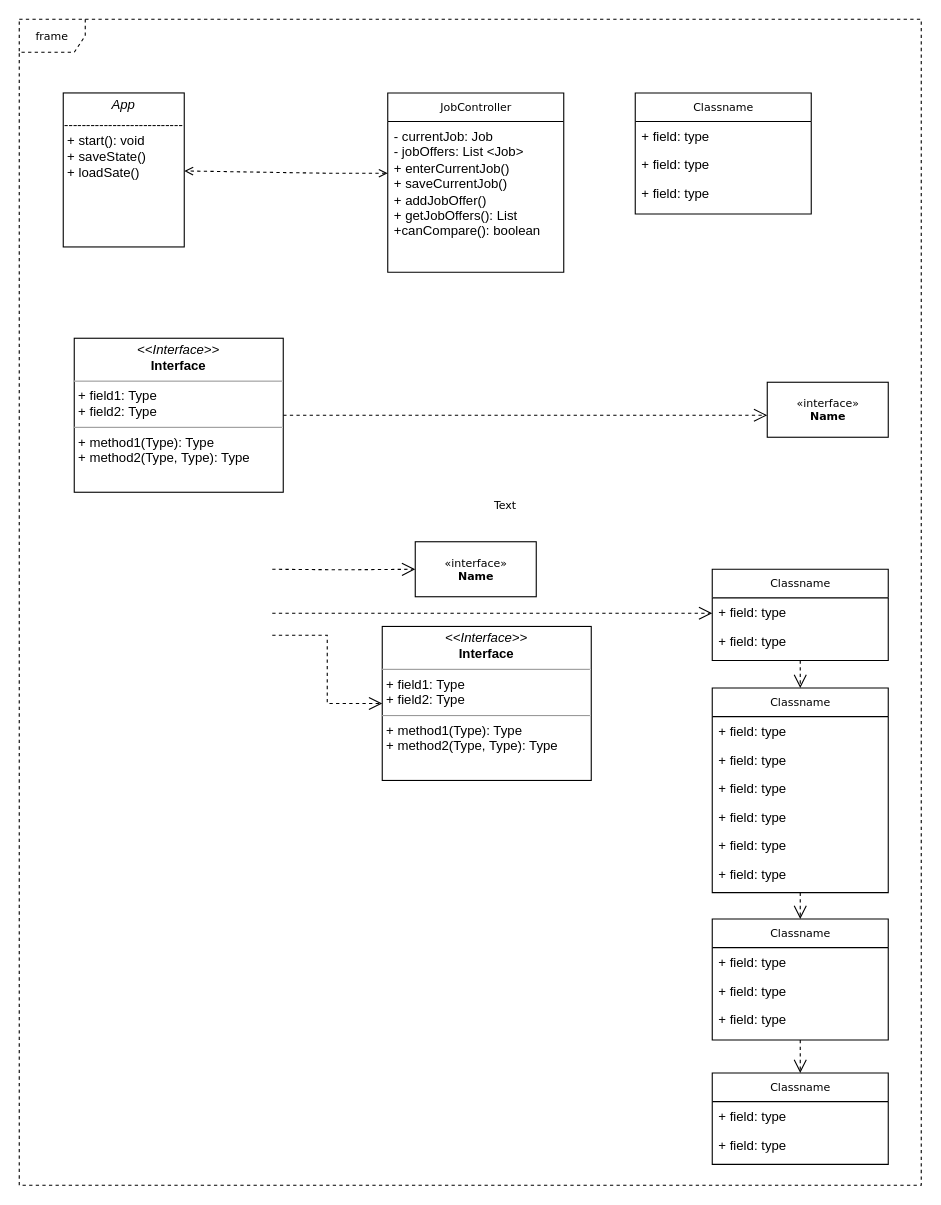
yzhuo46/myrepo keeps this draw.io diagram as Untitled Diagram.drawio. Above is the earlier version. Source tidied: cells renumbered, new cells numbered last; positions are measured from the earlier drawing's top-left corner, leaving out a move shared by most shapes. Both pictures are drawn from the tidied source at 110%, with x=0, y=0 at pixel (19, 19).
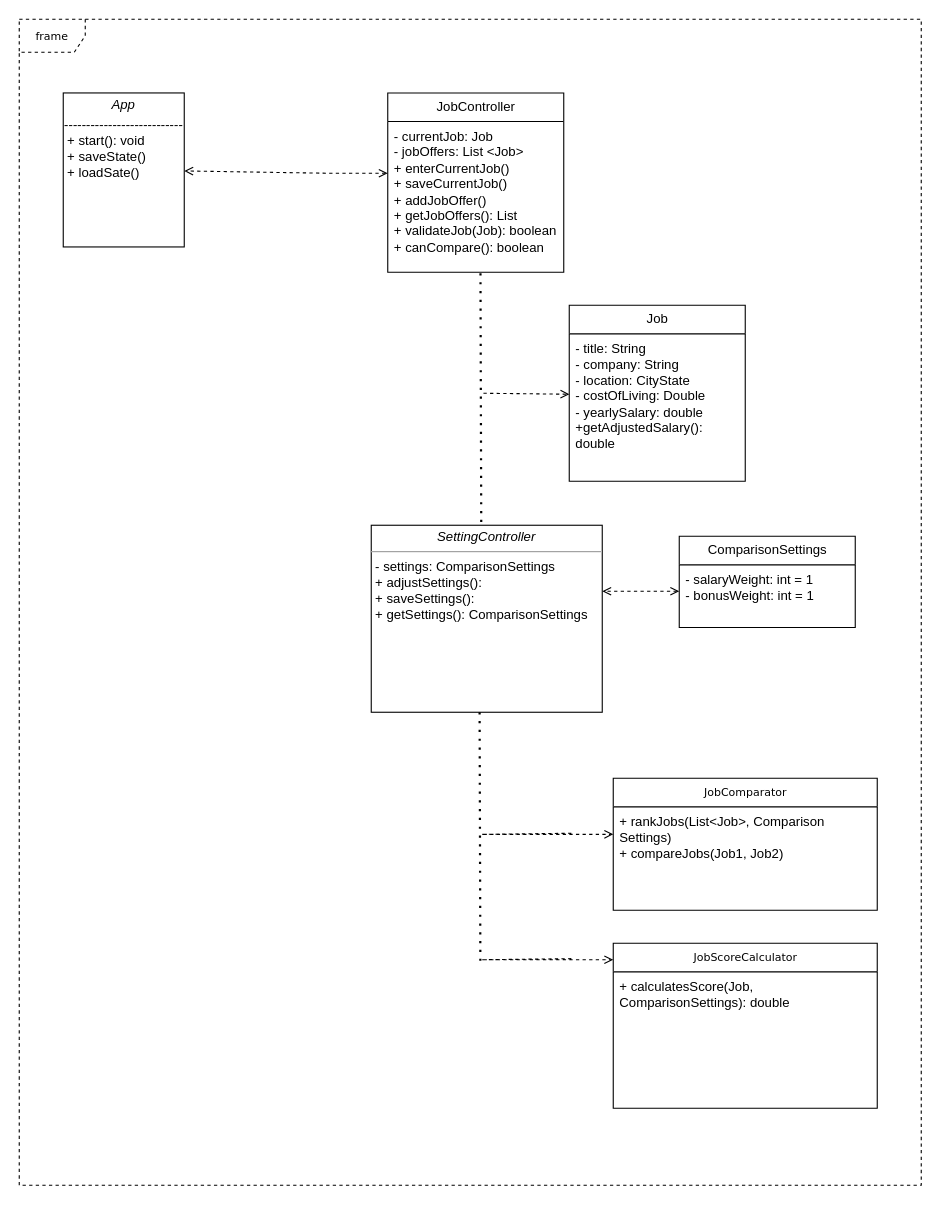
The same page after the edit.

Change to the diagram source:
```diff
@@
-    <mxCell id="3" style="edgeStyle=orthogonalEdgeStyle;rounded=0;html=1;dashed=1;labelBackgroundColor=none;startFill=0;endArrow=open;endFill=0;endSize=10;fontFamily=Verdana;fontSize=10;" parent="1" edge="1" source="4" target="21">
-      <mxGeometry relative="1" as="geometry" />
-    </mxCell>
-    <mxCell id="4" value="Classname" style="swimlane;html=1;fontStyle=0;horizontal=1;startSize=26;fillColor=none;swimlaneFillColor=#ffffff;rounded=0;shadow=0;comic=0;labelBackgroundColor=none;strokeWidth=1;fontFamily=Verdana;fontSize=10;align=center;" parent="1" vertex="1">
-      <mxGeometry x="630" y="608" width="160" height="186" as="geometry" />
-    </mxCell>
-    <mxCell id="5" value="+ field: type" style="text;html=1;strokeColor=none;fillColor=none;align=left;verticalAlign=top;spacingLeft=4;spacingRight=4;whiteSpace=wrap;overflow=hidden;" parent="4" vertex="1">
-      <mxGeometry y="26" width="160" height="26" as="geometry" />
-    </mxCell>
-    <mxCell id="6" value="+ field: type" style="text;html=1;strokeColor=none;fillColor=none;align=left;verticalAlign=top;spacingLeft=4;spacingRight=4;whiteSpace=wrap;overflow=hidden;" parent="4" vertex="1">
-      <mxGeometry y="52" width="160" height="26" as="geometry" />
-    </mxCell>
-    <mxCell id="7" value="+ field: type" style="text;html=1;strokeColor=none;fillColor=none;align=left;verticalAlign=top;spacingLeft=4;spacingRight=4;whiteSpace=wrap;overflow=hidden;" parent="4" vertex="1">
-      <mxGeometry y="78" width="160" height="26" as="geometry" />
-    </mxCell>
-    <mxCell id="8" value="+ field: type" style="text;html=1;strokeColor=none;fillColor=none;align=left;verticalAlign=top;spacingLeft=4;spacingRight=4;whiteSpace=wrap;overflow=hidden;" parent="4" vertex="1">
-      <mxGeometry y="104" width="160" height="26" as="geometry" />
-    </mxCell>
-    <mxCell id="9" value="+ field: type" style="text;html=1;strokeColor=none;fillColor=none;align=left;verticalAlign=top;spacingLeft=4;spacingRight=4;whiteSpace=wrap;overflow=hidden;" parent="4" vertex="1">
-      <mxGeometry y="130" width="160" height="26" as="geometry" />
-    </mxCell>
-    <mxCell id="10" value="+ field: type" style="text;html=1;strokeColor=none;fillColor=none;align=left;verticalAlign=top;spacingLeft=4;spacingRight=4;whiteSpace=wrap;overflow=hidden;" parent="4" vertex="1">
-      <mxGeometry y="156" width="160" height="26" as="geometry" />
-    </mxCell>
-    <mxCell id="11" value="JobController" style="swimlane;html=1;fontStyle=0;horizontal=1;startSize=26;fillColor=none;swimlaneFillColor=#ffffff;rounded=0;shadow=0;comic=0;labelBackgroundColor=none;strokeWidth=1;fontFamily=Verdana;fontSize=10;align=center;" parent="1" vertex="1">
+    <mxCell id="11" value="&lt;font style=&quot;font-size: 12px;&quot; face=&quot;Helvetica&quot;&gt;JobController&lt;/font&gt;" style="swimlane;html=1;fontStyle=0;horizontal=1;startSize=26;fillColor=none;swimlaneFillColor=#ffffff;rounded=0;shadow=0;comic=0;labelBackgroundColor=none;strokeWidth=1;fontFamily=Verdana;fontSize=10;align=center;" parent="1" vertex="1">
       <mxGeometry x="335" y="67" width="160" height="163" as="geometry" />
     </mxCell>
-    <mxCell id="12" value="- currentJob: Job&lt;div&gt;- jobOffers: List &amp;lt;Job&amp;gt;&lt;/div&gt;&lt;div&gt;+ enterCurrentJob()&lt;/div&gt;&lt;div&gt;+ saveCurrentJob()&lt;/div&gt;&lt;div&gt;+ addJobOffer()&lt;/div&gt;&lt;div&gt;+ getJobOffers(): List&lt;/div&gt;&lt;div&gt;+canCompare(): boolean&lt;/div&gt;" style="text;html=1;strokeColor=none;fillColor=none;align=left;verticalAlign=top;spacingLeft=4;spacingRight=4;whiteSpace=wrap;overflow=hidden;" parent="11" vertex="1">
+    <mxCell id="12" value="- currentJob: Job&lt;div&gt;- jobOffers: List &amp;lt;Job&amp;gt;&lt;/div&gt;&lt;div&gt;+ enterCurrentJob()&lt;/div&gt;&lt;div&gt;+ saveCurrentJob()&lt;/div&gt;&lt;div&gt;+ addJobOffer()&lt;/div&gt;&lt;div&gt;+ getJobOffers(): List&lt;/div&gt;&lt;div&gt;+ validateJob(Job): boolean&lt;/div&gt;&lt;div&gt;+ canCompare(): boolean&lt;/div&gt;" style="text;html=1;strokeColor=none;fillColor=none;align=left;verticalAlign=top;spacingLeft=4;spacingRight=4;whiteSpace=wrap;overflow=hidden;" parent="11" vertex="1">
       <mxGeometry y="26" width="160" height="134" as="geometry" />
     </mxCell>
-    <mxCell id="13" value="Classname" style="swimlane;html=1;fontStyle=0;horizontal=1;startSize=26;fillColor=none;swimlaneFillColor=#ffffff;rounded=0;shadow=0;comic=0;labelBackgroundColor=none;strokeWidth=1;fontFamily=Verdana;fontSize=10;align=center;" parent="1" vertex="1">
-      <mxGeometry x="560" y="67" width="160" height="110" as="geometry" />
+    <mxCell id="13" value="&lt;font style=&quot;font-size: 12px;&quot; face=&quot;Helvetica&quot;&gt;Job&lt;/font&gt;" style="swimlane;html=1;fontStyle=0;horizontal=1;startSize=26;fillColor=none;swimlaneFillColor=#ffffff;rounded=0;shadow=0;comic=0;labelBackgroundColor=none;strokeWidth=1;fontFamily=Verdana;fontSize=10;align=center;" parent="1" vertex="1">
+      <mxGeometry x="500" y="260" width="160" height="160" as="geometry" />
     </mxCell>
-    <mxCell id="14" value="+ field: type" style="text;html=1;strokeColor=none;fillColor=none;align=left;verticalAlign=top;spacingLeft=4;spacingRight=4;whiteSpace=wrap;overflow=hidden;" parent="13" vertex="1">
-      <mxGeometry y="26" width="160" height="26" as="geometry" />
+    <mxCell id="14" value="- title: String&lt;div&gt;- company: String&lt;/div&gt;&lt;div&gt;- location: CityState&lt;/div&gt;&lt;div&gt;- costOfLiving: Double&lt;/div&gt;&lt;div&gt;- yearlySalary: double&lt;/div&gt;&lt;div&gt;+getAdjustedSalary(): double&lt;/div&gt;" style="text;html=1;strokeColor=none;fillColor=none;align=left;verticalAlign=top;spacingLeft=4;spacingRight=4;whiteSpace=wrap;overflow=hidden;" parent="13" vertex="1">
+      <mxGeometry y="26" width="160" height="134" as="geometry" />
     </mxCell>
-    <mxCell id="15" value="+ field: type" style="text;html=1;strokeColor=none;fillColor=none;align=left;verticalAlign=top;spacingLeft=4;spacingRight=4;whiteSpace=wrap;overflow=hidden;" parent="13" vertex="1">
-      <mxGeometry y="52" width="160" height="26" as="geometry" />
-    </mxCell>
-    <mxCell id="16" value="+ field: type" style="text;html=1;strokeColor=none;fillColor=none;align=left;verticalAlign=top;spacingLeft=4;spacingRight=4;whiteSpace=wrap;overflow=hidden;" parent="13" vertex="1">
-      <mxGeometry y="78" width="160" height="26" as="geometry" />
-    </mxCell>
-    <mxCell id="17" value="Classname" style="swimlane;html=1;fontStyle=0;horizontal=1;startSize=26;fillColor=none;swimlaneFillColor=#ffffff;rounded=0;shadow=0;comic=0;labelBackgroundColor=none;strokeWidth=1;fontFamily=Verdana;fontSize=10;align=center;" parent="1" vertex="1">
-      <mxGeometry x="630" y="958" width="160" height="83" as="geometry" />
+    <mxCell id="17" value="JobScoreCalculator" style="swimlane;html=1;fontStyle=0;horizontal=1;startSize=26;fillColor=none;swimlaneFillColor=#ffffff;rounded=0;shadow=0;comic=0;labelBackgroundColor=none;strokeWidth=1;fontFamily=Verdana;fontSize=10;align=center;" parent="1" vertex="1">
+      <mxGeometry x="540" y="840" width="240" height="150" as="geometry" />
     </mxCell>
-    <mxCell id="18" value="+ field: type" style="text;html=1;strokeColor=none;fillColor=none;align=left;verticalAlign=top;spacingLeft=4;spacingRight=4;whiteSpace=wrap;overflow=hidden;" parent="17" vertex="1">
-      <mxGeometry y="26" width="160" height="26" as="geometry" />
+    <mxCell id="18" value="+ calculatesScore(Job, ComparisonSettings): double" style="text;html=1;strokeColor=none;fillColor=none;align=left;verticalAlign=top;spacingLeft=4;spacingRight=4;whiteSpace=wrap;overflow=hidden;" parent="17" vertex="1">
+      <mxGeometry y="26" width="240" height="124" as="geometry" />
     </mxCell>
-    <mxCell id="19" value="+ field: type" style="text;html=1;strokeColor=none;fillColor=none;align=left;verticalAlign=top;spacingLeft=4;spacingRight=4;whiteSpace=wrap;overflow=hidden;" parent="17" vertex="1">
-      <mxGeometry y="52" width="160" height="26" as="geometry" />
-    </mxCell>
-    <mxCell id="20" style="edgeStyle=orthogonalEdgeStyle;rounded=0;html=1;dashed=1;labelBackgroundColor=none;startFill=0;endArrow=open;endFill=0;endSize=10;fontFamily=Verdana;fontSize=10;" parent="1" edge="1" source="21" target="17">
-      <mxGeometry relative="1" as="geometry" />
-    </mxCell>
-    <mxCell id="21" value="Classname" style="swimlane;html=1;fontStyle=0;horizontal=1;startSize=26;fillColor=none;swimlaneFillColor=#ffffff;rounded=0;shadow=0;comic=0;labelBackgroundColor=none;strokeWidth=1;fontFamily=Verdana;fontSize=10;align=center;" parent="1" vertex="1">
-      <mxGeometry x="630" y="818" width="160" height="110" as="geometry" />
+    <mxCell id="21" value="JobComparator" style="swimlane;html=1;fontStyle=0;horizontal=1;startSize=26;fillColor=none;swimlaneFillColor=#ffffff;rounded=0;shadow=0;comic=0;labelBackgroundColor=none;strokeWidth=1;fontFamily=Verdana;fontSize=10;align=center;" parent="1" vertex="1">
+      <mxGeometry x="540" y="690" width="240" height="120" as="geometry" />
     </mxCell>
-    <mxCell id="22" value="+ field: type" style="text;html=1;strokeColor=none;fillColor=none;align=left;verticalAlign=top;spacingLeft=4;spacingRight=4;whiteSpace=wrap;overflow=hidden;" parent="21" vertex="1">
-      <mxGeometry y="26" width="160" height="26" as="geometry" />
+    <mxCell id="22" value="+ rankJobs(List&amp;lt;Job&amp;gt;, Comparison Settings)&lt;div&gt;+ compareJobs(Job1, Job2)&lt;/div&gt;" style="text;html=1;strokeColor=none;fillColor=none;align=left;verticalAlign=top;spacingLeft=4;spacingRight=4;whiteSpace=wrap;overflow=hidden;" parent="21" vertex="1">
+      <mxGeometry y="26" width="240" height="74" as="geometry" />
     </mxCell>
-    <mxCell id="23" value="+ field: type" style="text;html=1;strokeColor=none;fillColor=none;align=left;verticalAlign=top;spacingLeft=4;spacingRight=4;whiteSpace=wrap;overflow=hidden;" parent="21" vertex="1">
-      <mxGeometry y="52" width="160" height="26" as="geometry" />
-    </mxCell>
-    <mxCell id="24" value="+ field: type" style="text;html=1;strokeColor=none;fillColor=none;align=left;verticalAlign=top;spacingLeft=4;spacingRight=4;whiteSpace=wrap;overflow=hidden;" parent="21" vertex="1">
-      <mxGeometry y="78" width="160" height="26" as="geometry" />
-    </mxCell>
-    <mxCell id="25" style="edgeStyle=orthogonalEdgeStyle;rounded=0;html=1;dashed=1;labelBackgroundColor=none;startFill=0;endArrow=open;endFill=0;endSize=10;fontFamily=Verdana;fontSize=10;" parent="1" edge="1" source="26" target="4">
-      <mxGeometry relative="1" as="geometry" />
-    </mxCell>
-    <mxCell id="26" value="Classname" style="swimlane;html=1;fontStyle=0;horizontal=1;startSize=26;fillColor=none;swimlaneFillColor=#ffffff;rounded=0;shadow=0;comic=0;labelBackgroundColor=none;strokeWidth=1;fontFamily=Verdana;fontSize=10;align=center;" parent="1" vertex="1">
-      <mxGeometry x="630" y="500" width="160" height="83" as="geometry" />
+    <mxCell id="26" value="&lt;font style=&quot;font-size: 12px;&quot; face=&quot;Helvetica&quot;&gt;ComparisonSettings&lt;/font&gt;" style="swimlane;html=1;fontStyle=0;horizontal=1;startSize=26;fillColor=none;swimlaneFillColor=#ffffff;rounded=0;shadow=0;comic=0;labelBackgroundColor=none;strokeWidth=1;fontFamily=Verdana;fontSize=10;align=center;" parent="1" vertex="1">
+      <mxGeometry x="600" y="470" width="160" height="83" as="geometry" />
     </mxCell>
-    <mxCell id="27" value="+ field: type" style="text;html=1;strokeColor=none;fillColor=none;align=left;verticalAlign=top;spacingLeft=4;spacingRight=4;whiteSpace=wrap;overflow=hidden;" parent="26" vertex="1">
-      <mxGeometry y="26" width="160" height="26" as="geometry" />
+    <mxCell id="27" value="- salaryWeight: int = 1&lt;div&gt;- bonusWeight: int = 1&lt;/div&gt;" style="text;html=1;strokeColor=none;fillColor=none;align=left;verticalAlign=top;spacingLeft=4;spacingRight=4;whiteSpace=wrap;overflow=hidden;" parent="26" vertex="1">
+      <mxGeometry y="26" width="160" height="54" as="geometry" />
     </mxCell>
-    <mxCell id="28" value="+ field: type" style="text;html=1;strokeColor=none;fillColor=none;align=left;verticalAlign=top;spacingLeft=4;spacingRight=4;whiteSpace=wrap;overflow=hidden;" parent="26" vertex="1">
-      <mxGeometry y="52" width="160" height="26" as="geometry" />
-    </mxCell>
+    <mxCell id="35" value="&lt;p style=&quot;margin:0px;margin-top:4px;text-align:center;&quot;&gt;&lt;i&gt;App&lt;/i&gt;&lt;br&gt;&lt;/p&gt;&lt;p style=&quot;margin:0px;margin-top:4px;text-align:center;&quot;&gt;&lt;i&gt;---------------------------&lt;/i&gt;&lt;/p&gt;&lt;p style=&quot;margin:0px;margin-left:4px;&quot;&gt;+ start(): void&lt;br&gt;+ saveState()&lt;/p&gt;&lt;p style=&quot;margin:0px;margin-left:4px;&quot;&gt;+ loadSate()&lt;/p&gt;" style="verticalAlign=top;align=left;overflow=fill;fontSize=12;fontFamily=Helvetica;html=1;rounded=0;shadow=0;comic=0;labelBackgroundColor=none;strokeWidth=1;" parent="1" vertex="1">
+      <mxGeometry x="40" y="67" width="110" height="140" as="geometry" />
+    </mxCell>
+    <mxCell id="39" style="endArrow=open;startArrow=open;html=1;rounded=0;startFill=0;dashed=1;exitX=0;exitY=0.808;exitDx=0;exitDy=0;exitPerimeter=0;endFill=0;" parent="1" edge="1" target="35">
+      <mxGeometry relative="1" as="geometry">
+        <mxPoint x="335" y="140" as="sourcePoint" />
+        <Array as="points">
+          <mxPoint x="280" y="140" />
+        </Array>
+      </mxGeometry>
+    </mxCell>
+    <mxCell id="40" style="endArrow=none;dashed=1;html=1;dashPattern=1 3;strokeWidth=2;rounded=0;" parent="1" edge="1" source="29">
+      <mxGeometry relative="1" as="geometry">
+        <mxPoint x="410.7" y="460" as="targetPoint" />
+      </mxGeometry>
+    </mxCell>
+    <mxCell id="41" style="endArrow=none;dashed=1;html=1;dashPattern=1 3;strokeWidth=2;rounded=0;" parent="1" edge="1">
+      <mxGeometry relative="1" as="geometry">
+        <mxPoint x="419.3" y="231" as="sourcePoint" />
+        <mxPoint x="420" y="461" as="targetPoint" />
+      </mxGeometry>
+    </mxCell>
-    <mxCell id="29" value="&lt;p style=&quot;margin:0px;margin-top:4px;text-align:center;&quot;&gt;&lt;i&gt;&amp;lt;&amp;lt;Interface&amp;gt;&amp;gt;&lt;/i&gt;&lt;br/&gt;&lt;b&gt;Interface&lt;/b&gt;&lt;/p&gt;&lt;hr size=&quot;1&quot;/&gt;&lt;p style=&quot;margin:0px;margin-left:4px;&quot;&gt;+ field1: Type&lt;br/&gt;+ field2: Type&lt;/p&gt;&lt;hr size=&quot;1&quot;/&gt;&lt;p style=&quot;margin:0px;margin-left:4px;&quot;&gt;+ method1(Type): Type&lt;br/&gt;+ method2(Type, Type): Type&lt;/p&gt;" style="verticalAlign=top;align=left;overflow=fill;fontSize=12;fontFamily=Helvetica;html=1;rounded=0;shadow=0;comic=0;labelBackgroundColor=none;strokeWidth=1;" parent="1" vertex="1">
-      <mxGeometry x="330" y="552" width="190" height="140" as="geometry" />
+    <mxCell id="29" value="&lt;p style=&quot;margin:0px;margin-top:4px;text-align:center;&quot;&gt;&lt;i&gt;SettingController&lt;/i&gt;&lt;/p&gt;&lt;hr size=&quot;1&quot;&gt;&lt;p style=&quot;margin:0px;margin-left:4px;&quot;&gt;- settings: ComparisonSettings&lt;/p&gt;&lt;p style=&quot;margin:0px;margin-left:4px;&quot;&gt;+ adjustSettings():&lt;/p&gt;&lt;p style=&quot;margin:0px;margin-left:4px;&quot;&gt;+ saveSettings():&lt;/p&gt;&lt;p style=&quot;margin:0px;margin-left:4px;&quot;&gt;+ getSettings():&amp;nbsp;&lt;span style=&quot;background-color: transparent; color: light-dark(rgb(0, 0, 0), rgb(255, 255, 255));&quot;&gt;ComparisonSettings&lt;/span&gt;&lt;/p&gt;" style="verticalAlign=top;align=left;overflow=fill;fontSize=12;fontFamily=Helvetica;html=1;rounded=0;shadow=0;comic=0;labelBackgroundColor=none;strokeWidth=1;" parent="1" vertex="1">
+      <mxGeometry x="320" y="460" width="210" height="170" as="geometry" />
     </mxCell>
-    <mxCell id="30" value="&amp;laquo;interface&amp;raquo;&lt;br&gt;&lt;b&gt;Name&lt;/b&gt;" style="html=1;rounded=0;shadow=0;comic=0;labelBackgroundColor=none;strokeWidth=1;fontFamily=Verdana;fontSize=10;align=center;" parent="1" vertex="1">
-      <mxGeometry x="360" y="475" width="110" height="50" as="geometry" />
-    </mxCell>
-    <mxCell id="31" style="edgeStyle=orthogonalEdgeStyle;rounded=0;html=1;dashed=1;labelBackgroundColor=none;startFill=0;endArrow=open;endFill=0;endSize=10;fontFamily=Verdana;fontSize=10;" parent="1" edge="1" source="32" target="34">
-      <mxGeometry relative="1" as="geometry">
-        <Array as="points">
-          <mxPoint x="720" y="360" />
-        </Array>
-      </mxGeometry>
-    </mxCell>
-    <mxCell id="32" value="&lt;p style=&quot;margin:0px;margin-top:4px;text-align:center;&quot;&gt;&lt;i&gt;&amp;lt;&amp;lt;Interface&amp;gt;&amp;gt;&lt;/i&gt;&lt;br/&gt;&lt;b&gt;Interface&lt;/b&gt;&lt;/p&gt;&lt;hr size=&quot;1&quot;/&gt;&lt;p style=&quot;margin:0px;margin-left:4px;&quot;&gt;+ field1: Type&lt;br/&gt;+ field2: Type&lt;/p&gt;&lt;hr size=&quot;1&quot;/&gt;&lt;p style=&quot;margin:0px;margin-left:4px;&quot;&gt;+ method1(Type): Type&lt;br/&gt;+ method2(Type, Type): Type&lt;/p&gt;" style="verticalAlign=top;align=left;overflow=fill;fontSize=12;fontFamily=Helvetica;html=1;rounded=0;shadow=0;comic=0;labelBackgroundColor=none;strokeWidth=1;" parent="1" vertex="1">
-      <mxGeometry x="50" y="290" width="190" height="140" as="geometry" />
-    </mxCell>
-    <mxCell id="33" value="Text" style="text;html=1;align=left;verticalAlign=top;spacingTop=-4;fontSize=10;fontFamily=Verdana;fontColor=#000000;" parent="1" vertex="1">
-      <mxGeometry x="430" y="434" width="40" height="10" as="geometry" />
-    </mxCell>
-    <mxCell id="34" value="&amp;laquo;interface&amp;raquo;&lt;br&gt;&lt;b&gt;Name&lt;/b&gt;" style="html=1;rounded=0;shadow=0;comic=0;labelBackgroundColor=none;strokeWidth=1;fontFamily=Verdana;fontSize=10;align=center;" parent="1" vertex="1">
-      <mxGeometry x="680" y="330" width="110" height="50" as="geometry" />
-    </mxCell>
-    <mxCell id="35" value="&lt;p style=&quot;margin:0px;margin-top:4px;text-align:center;&quot;&gt;&lt;i&gt;App&lt;/i&gt;&lt;br&gt;&lt;/p&gt;&lt;p style=&quot;margin:0px;margin-top:4px;text-align:center;&quot;&gt;&lt;i&gt;---------------------------&lt;/i&gt;&lt;/p&gt;&lt;p style=&quot;margin:0px;margin-left:4px;&quot;&gt;+ start(): void&lt;br&gt;+ saveState()&lt;/p&gt;&lt;p style=&quot;margin:0px;margin-left:4px;&quot;&gt;+ loadSate()&lt;/p&gt;" style="verticalAlign=top;align=left;overflow=fill;fontSize=12;fontFamily=Helvetica;html=1;rounded=0;shadow=0;comic=0;labelBackgroundColor=none;strokeWidth=1;" parent="1" vertex="1">
-      <mxGeometry x="40" y="67" width="110" height="140" as="geometry" />
-    </mxCell>
-    <mxCell id="36" style="edgeStyle=orthogonalEdgeStyle;rounded=0;html=1;dashed=1;labelBackgroundColor=none;startFill=0;endArrow=open;endFill=0;endSize=10;fontFamily=Verdana;fontSize=10;" parent="1" edge="1" target="30">
-      <mxGeometry relative="1" as="geometry">
-        <mxPoint x="230" y="500" as="sourcePoint" />
-      </mxGeometry>
-    </mxCell>
-    <mxCell id="37" style="edgeStyle=orthogonalEdgeStyle;rounded=0;html=1;dashed=1;labelBackgroundColor=none;startFill=0;endArrow=open;endFill=0;endSize=10;fontFamily=Verdana;fontSize=10;" parent="1" edge="1" target="29">
-      <mxGeometry relative="1" as="geometry">
-        <mxPoint x="230" y="560" as="sourcePoint" />
-        <Array as="points">
-          <mxPoint x="280" y="560" />
-          <mxPoint x="280" y="622" />
-        </Array>
-      </mxGeometry>
-    </mxCell>
-    <mxCell id="38" style="edgeStyle=orthogonalEdgeStyle;rounded=0;html=1;dashed=1;labelBackgroundColor=none;startFill=0;endArrow=open;endFill=0;endSize=10;fontFamily=Verdana;fontSize=10;" parent="1" edge="1" target="26">
-      <mxGeometry relative="1" as="geometry">
-        <mxPoint x="230" y="540" as="sourcePoint" />
-        <Array as="points">
-          <mxPoint x="330" y="540" />
-          <mxPoint x="330" y="540" />
-        </Array>
-      </mxGeometry>
-    </mxCell>
-    <mxCell id="39" style="endArrow=open;startArrow=open;html=1;rounded=0;startFill=0;dashed=1;exitX=0;exitY=0.808;exitDx=0;exitDy=0;exitPerimeter=0;endFill=0;" parent="1" edge="1" target="35">
-      <mxGeometry relative="1" as="geometry">
-        <mxPoint x="335" y="140" as="sourcePoint" />
-        <Array as="points">
-          <mxPoint x="280" y="140" />
-        </Array>
-      </mxGeometry>
-    </mxCell>
+    <mxCell id="42" style="endArrow=open;html=1;rounded=0;dashed=1;endFill=0;entryX=-0.012;entryY=0.41;entryDx=0;entryDy=0;entryPerimeter=0;" parent="1" edge="1">
+      <mxGeometry relative="1" as="geometry">
+        <mxPoint x="422" y="340" as="sourcePoint" />
+        <mxPoint x="500.1" y="340.9" as="targetPoint" />
+      </mxGeometry>
+    </mxCell>
+    <mxCell id="43" style="endArrow=open;startArrow=open;html=1;rounded=0;startFill=0;dashed=1;endFill=0;" parent="1" edge="1">
+      <mxGeometry relative="1" as="geometry">
+        <mxPoint x="600" y="520" as="sourcePoint" />
+        <mxPoint x="530" y="520" as="targetPoint" />
+        <Array as="points">
+          <mxPoint x="570" y="520" />
+        </Array>
+      </mxGeometry>
+    </mxCell>
+    <mxCell id="44" style="endArrow=none;dashed=1;html=1;dashPattern=1 3;strokeWidth=2;rounded=0;" parent="1" edge="1">
+      <mxGeometry relative="1" as="geometry">
+        <mxPoint x="418.5" y="630" as="sourcePoint" />
+        <mxPoint x="419.2" y="860" as="targetPoint" />
+      </mxGeometry>
+    </mxCell>
+    <mxCell id="45" style="endArrow=open;html=1;rounded=0;dashed=1;endFill=0;" parent="1" edge="1">
+      <mxGeometry relative="1" as="geometry">
+        <mxPoint x="501.9" y="740" as="sourcePoint" />
+        <mxPoint x="540" y="741" as="targetPoint" />
+        <Array as="points">
+          <mxPoint x="420" y="741" />
+        </Array>
+      </mxGeometry>
+    </mxCell>
+    <mxCell id="46" style="endArrow=open;html=1;rounded=0;dashed=1;endFill=0;" parent="1" edge="1">
+      <mxGeometry relative="1" as="geometry">
+        <mxPoint x="501.9" y="854" as="sourcePoint" />
+        <mxPoint x="540" y="855" as="targetPoint" />
+        <Array as="points">
+          <mxPoint x="420" y="855" />
+        </Array>
+      </mxGeometry>
+    </mxCell>
```
